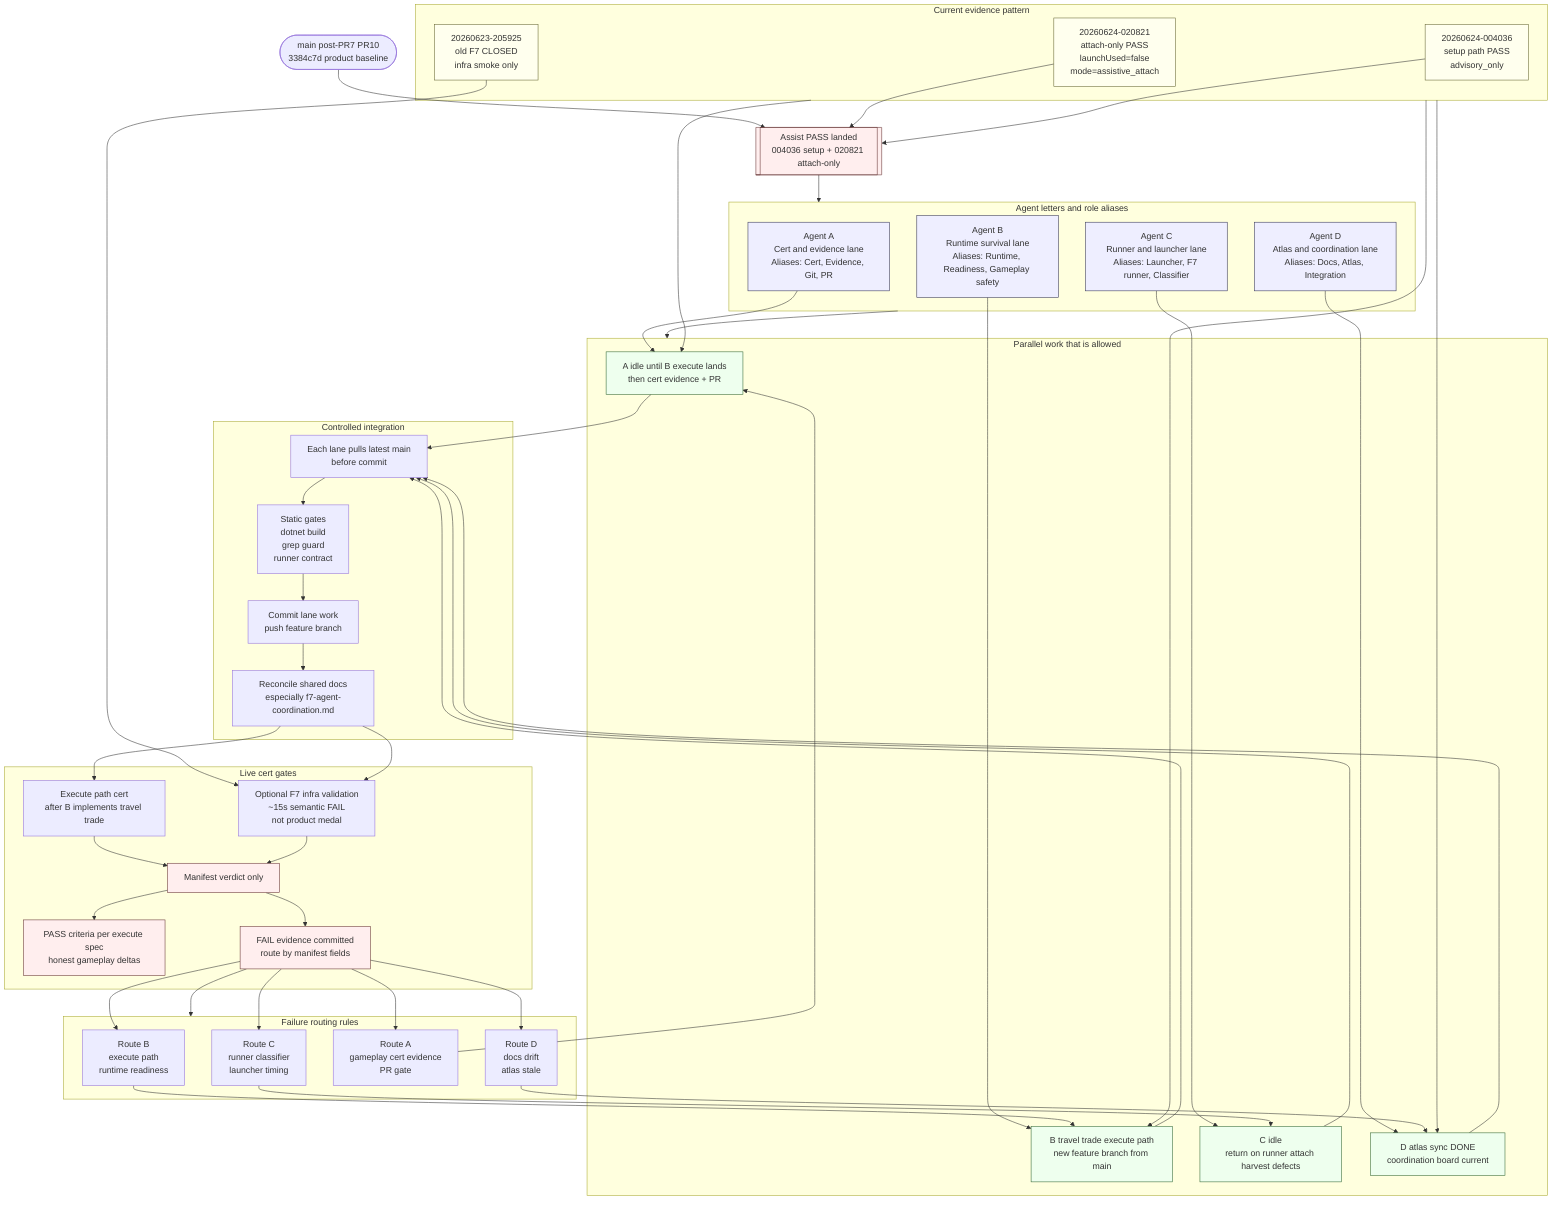
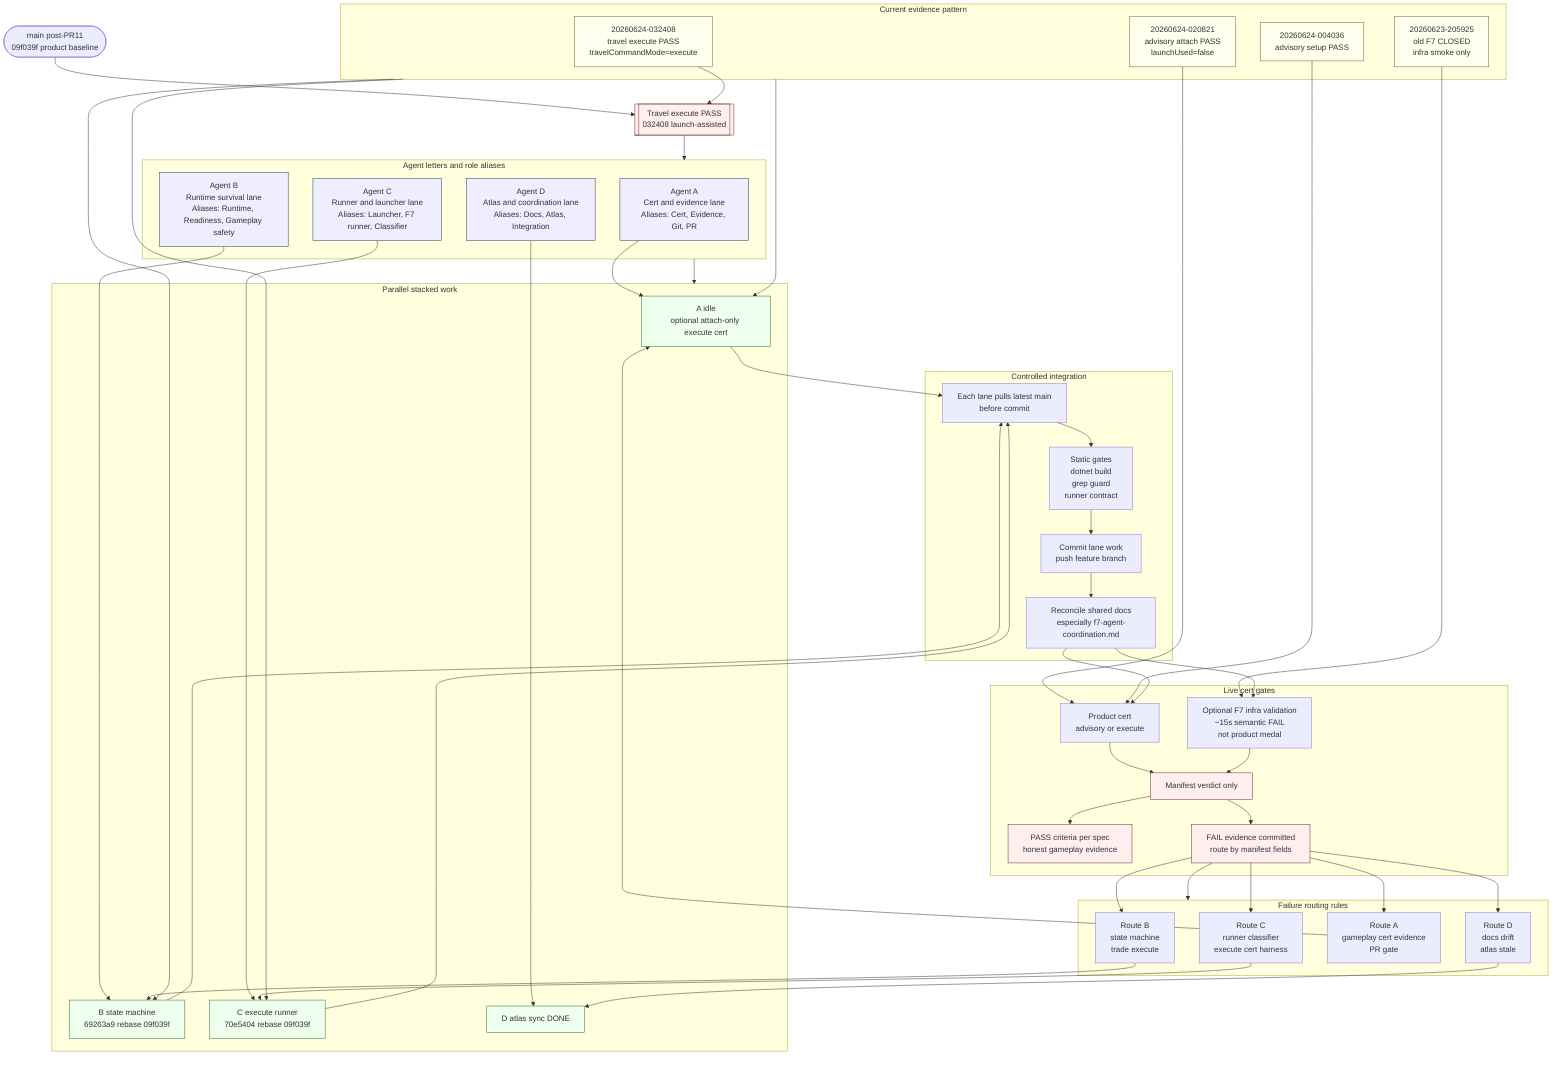
%% The Blacksmith Guild - F7 agent mental model
%% Purpose: keep agent letters, roles, lanes, and handoffs consistent.
%% Doctrine: No manifest, no medal. Build PASS is not game PASS.

flowchart TD
-     Start([main post-PR7 PR10<br/>3384c7d product baseline])
-     AssistPass[[Assist PASS landed<br/>004036 setup + 020821 attach-only]]
+     Start([main post-PR11<br/>09f039f product baseline])
+     ExecutePass[[Travel execute PASS<br/>032408 launch-assisted]]

    subgraph Agents[Agent letters and role aliases]
        A["Agent A<br/>Cert and evidence lane<br/>Aliases: Cert, Evidence, Git, PR"]
        B["Agent B<br/>Runtime survival lane<br/>Aliases: Runtime, Readiness, Gameplay safety"]
        C["Agent C<br/>Runner and launcher lane<br/>Aliases: Launcher, F7 runner, Classifier"]
        D["Agent D<br/>Atlas and coordination lane<br/>Aliases: Docs, Atlas, Integration"]
    end

-     subgraph Parallel[Parallel work that is allowed]
-         Aprep["A idle until B execute lands<br/>then cert evidence + PR"]
-         Bwork["B travel trade execute path<br/>new feature branch from main"]
-         Cwork["C idle<br/>return on runner attach harvest defects"]
-         Dwork["D atlas sync DONE<br/>coordination board current"]
+     subgraph Parallel[Parallel stacked work]
+         Aprep["A idle<br/>optional attach-only execute cert"]
+         Bwork["B state machine<br/>69263a9 rebase 09f039f"]
+         Cwork["C execute runner<br/>70e5404 rebase 09f039f"]
+         Dwork["D atlas sync DONE"]
    end

    subgraph Evidence[Current evidence pattern]
-         E020821["20260624-020821<br/>attach-only PASS<br/>launchUsed=false<br/>mode=assistive_attach"]
-         E004036["20260624-004036<br/>setup path PASS<br/>advisory_only"]
+         E032408["20260624-032408<br/>travel execute PASS<br/>travelCommandMode=execute"]
+         E020821["20260624-020821<br/>advisory attach PASS<br/>launchUsed=false"]
+         E004036["20260624-004036<br/>advisory setup PASS"]
        E205925["20260623-205925<br/>old F7 CLOSED<br/>infra smoke only"]
    end

    subgraph Integration[Controlled integration]
        PullLatest["Each lane pulls latest main<br/>before commit"]
        Static["Static gates<br/>dotnet build<br/>grep guard<br/>runner contract"]
        CommitPush["Commit lane work<br/>push feature branch"]
        Reconcile["Reconcile shared docs<br/>especially f7-agent-coordination.md"]
    end

    subgraph Cert[Live cert gates]
        InfraOpt["Optional F7 infra validation<br/>~15s semantic FAIL<br/>not product medal"]
-         ExecuteCert["Execute path cert<br/>after B implements travel trade"]
+         ProductCert["Product cert<br/>advisory or execute"]
        Manifest["Manifest verdict only"]
-         Pass["PASS criteria per execute spec<br/>honest gameplay deltas"]
+         Pass["PASS criteria per spec<br/>honest gameplay evidence"]
        Fail["FAIL evidence committed<br/>route by manifest fields"]
    end

    subgraph Routing[Failure routing rules]
-         RouteB["Route B<br/>execute path<br/>runtime readiness"]
-         RouteC["Route C<br/>runner classifier<br/>launcher timing"]
+         RouteB["Route B<br/>state machine<br/>trade execute"]
+         RouteC["Route C<br/>runner classifier<br/>execute cert harness"]
        RouteA["Route A<br/>gameplay cert evidence<br/>PR gate"]
        RouteD["Route D<br/>docs drift<br/>atlas stale"]
    end

-     Start --> AssistPass
-     AssistPass --> Agents
+     Start --> ExecutePass
+     ExecutePass --> Agents
    Agents --> Parallel
    A --> Aprep
    B --> Bwork
    C --> Cwork
    D --> Dwork

    Evidence --> Bwork
+     Evidence --> Cwork
    Evidence --> Aprep
-     Evidence --> Dwork

-     E020821 --> AssistPass
-     E004036 --> AssistPass
+     E032408 --> ExecutePass
+     E020821 --> ProductCert
+     E004036 --> ProductCert
    E205925 --> InfraOpt

    Aprep --> PullLatest
    Bwork --> PullLatest
    Cwork --> PullLatest
-     Dwork --> PullLatest
    PullLatest --> Static
    Static --> CommitPush
    CommitPush --> Reconcile
-     Reconcile --> ExecuteCert
+     Reconcile --> ProductCert
    Reconcile --> InfraOpt

-     ExecuteCert --> Manifest
+     ProductCert --> Manifest
    InfraOpt --> Manifest
    Manifest --> Pass
    Manifest --> Fail
    Fail --> Routing

    Fail --> RouteB
    Fail --> RouteC
    Fail --> RouteA
    Fail --> RouteD

    RouteB --> Bwork
    RouteC --> Cwork
    RouteA --> Aprep
    RouteD --> Dwork

    classDef agent fill:#eef,stroke:#335,stroke-width:1px
    classDef work fill:#efe,stroke:#363,stroke-width:1px
    classDef evidence fill:#ffe,stroke:#663,stroke-width:1px
    classDef gate fill:#fee,stroke:#633,stroke-width:1px

    class A,B,C,D agent
    class Aprep,Bwork,Cwork,Dwork work
-     class E020821,E004036,E205925 evidence
-     class AssistPass,Manifest,Pass,Fail gate
+     class E032408,E020821,E004036,E205925 evidence
+     class ExecutePass,Manifest,Pass,Fail gate
